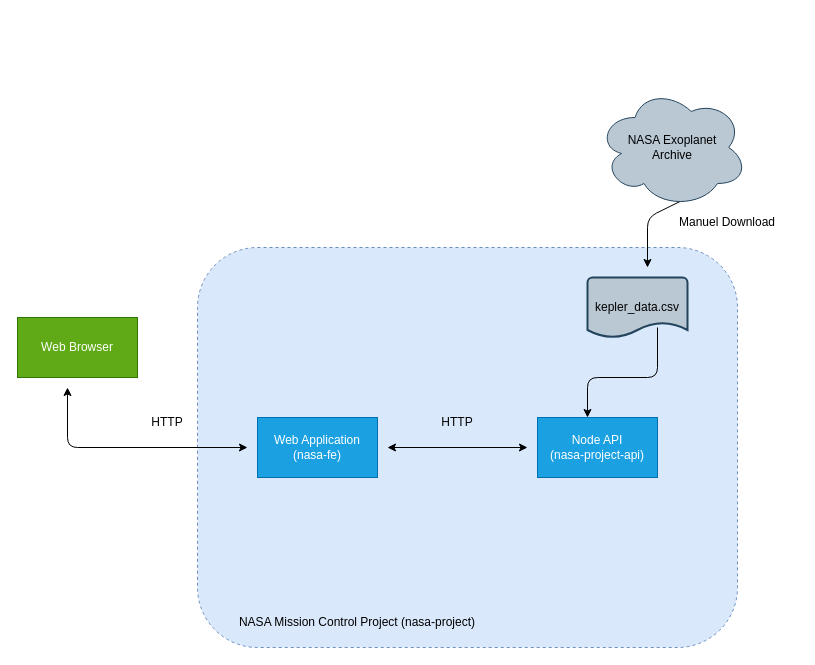
Before: *.drawio in EmLopezDev/nasa_project_ZTM, a draw.io diagram. Source tidied: cells renumbered, new cells numbered last; positions are measured from the earlier drawing's top-left corner, leaving out a move shared by most shapes. Both pictures are drawn from the tidied source at 100%, with x=0, y=0 at pixel (17, 87).
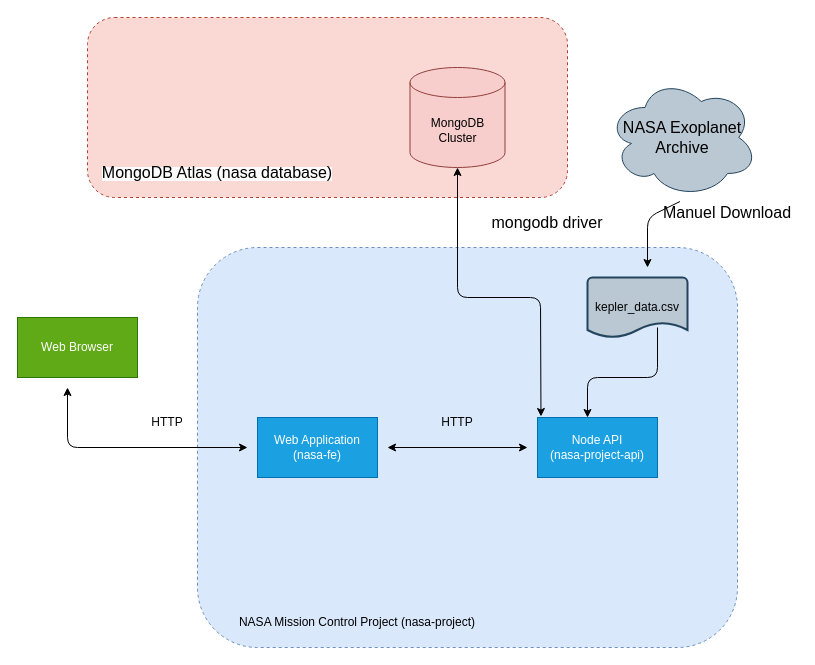
After the change.

Commit message:
feat(drawio): Updated drawio file to include mongodb connection

The change refers to these unchanged cells:
```xml
<mxCell id="4" style="verticalLabelPosition=bottom;verticalAlign=top;html=1;shape=mxgraph.basic.rect;fillColor2=none;strokeWidth=1;size=20;indent=5;" parent="1" vertex="1">
  <mxGeometry x="520" y="330" width="120" height="60" as="geometry" />
</mxCell>
```

Change to the diagram source:
```diff
@@
+    <mxCell id="19" style="rounded=1;whiteSpace=wrap;html=1;glass=0;dashed=1;fillColor=#fad9d5;strokeColor=#ae4132;align=left;" parent="1" vertex="1">
+      <mxGeometry x="70" y="-70" width="480" height="180" as="geometry" />
+    </mxCell>
@@
-    <mxCell id="14" style="edgeStyle=none;html=1;exitX=0.55;exitY=0.95;exitDx=0;exitDy=0;exitPerimeter=0;" parent="1" edge="1" source="15">
+    <mxCell id="14" style="edgeStyle=none;html=1;exitX=0.55;exitY=0.95;exitDx=0;exitDy=0;exitPerimeter=0;" parent="1" edge="1">
       <mxGeometry relative="1" as="geometry">
+        <mxPoint x="662.5" y="114" as="sourcePoint" />
         <mxPoint x="630" y="180" as="targetPoint" />
         <Array as="points">
           <mxPoint x="630" y="130" />
         </Array>
       </mxGeometry>
     </mxCell>
-    <mxCell id="15" value="NASA Exoplanet&lt;div&gt;Archive&lt;/div&gt;" style="ellipse;shape=cloud;whiteSpace=wrap;html=1;fillColor=#bac8d3;strokeColor=#23445d;" parent="1" vertex="1">
-      <mxGeometry x="580" width="150" height="120" as="geometry" />
+    <mxCell id="15" value="&lt;font style=&quot;font-size: 16px;&quot;&gt;NASA Exoplanet&lt;/font&gt;&lt;div&gt;&lt;font style=&quot;font-size: 16px;&quot;&gt;Archive&lt;/font&gt;&lt;/div&gt;" style="ellipse;shape=cloud;whiteSpace=wrap;html=1;fillColor=#bac8d3;strokeColor=#23445d;" parent="1" vertex="1">
+      <mxGeometry x="590" y="-10" width="150" height="120" as="geometry" />
     </mxCell>
@@
-    <mxCell id="18" value="Manuel Download" style="text;html=1;align=center;verticalAlign=middle;whiteSpace=wrap;rounded=0;" parent="1" vertex="1">
-      <mxGeometry x="640" y="120" width="140" height="30" as="geometry" />
+    <mxCell id="18" value="&lt;font style=&quot;font-size: 16px;&quot;&gt;Manuel Download&lt;/font&gt;" style="text;html=1;align=center;verticalAlign=middle;whiteSpace=wrap;rounded=0;" parent="1" vertex="1">
+      <mxGeometry x="640" y="110" width="140" height="30" as="geometry" />
     </mxCell>
+    <mxCell id="20" value="MongoDB Cluster" style="shape=cylinder3;whiteSpace=wrap;html=1;boundedLbl=1;backgroundOutline=1;size=15;fillColor=#f8cecc;strokeColor=light-dark(#913e3b, #d7817e);" parent="1" vertex="1">
+      <mxGeometry x="392.5" y="-20" width="95" height="100" as="geometry" />
+    </mxCell>
+    <mxCell id="21" value="&lt;span style=&quot;color: rgb(0, 0, 0); font-family: Helvetica; font-style: normal; font-variant-ligatures: normal; font-variant-caps: normal; font-weight: 400; letter-spacing: normal; orphans: 2; text-align: left; text-indent: 0px; text-transform: none; widows: 2; word-spacing: 0px; -webkit-text-stroke-width: 0px; white-space: normal; background-color: rgb(251, 251, 251); text-decoration-thickness: initial; text-decoration-style: initial; text-decoration-color: initial; float: none; display: inline !important;&quot;&gt;&lt;font style=&quot;font-size: 16px;&quot;&gt;MongoDB Atlas (nasa database)&lt;/font&gt;&lt;/span&gt;" style="text;html=1;align=center;verticalAlign=middle;whiteSpace=wrap;rounded=0;" parent="1" vertex="1">
+      <mxGeometry x="70" y="70" width="260" height="30" as="geometry" />
+    </mxCell>
+    <mxCell id="22" style="edgeStyle=none;html=1;entryX=0.029;entryY=-0.017;entryDx=0;entryDy=0;entryPerimeter=0;endArrow=classic;endFill=1;startArrow=classic;startFill=1;" parent="1" edge="1" source="20" target="4">
+      <mxGeometry relative="1" as="geometry">
+        <Array as="points">
+          <mxPoint x="440" y="210" />
+          <mxPoint x="523" y="210" />
+        </Array>
+      </mxGeometry>
+    </mxCell>
+    <mxCell id="23" value="&lt;font style=&quot;font-size: 16px;&quot;&gt;mongodb driver&lt;/font&gt;" style="text;html=1;align=center;verticalAlign=middle;whiteSpace=wrap;rounded=0;" parent="1" vertex="1">
+      <mxGeometry x="440" y="120" width="180" height="30" as="geometry" />
+    </mxCell>
```
